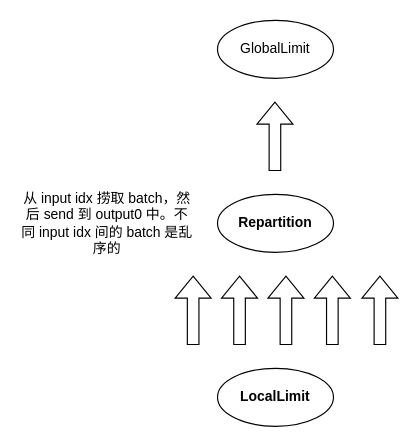
The draw.io diagram coalse.drawio in Rachelint/drawio-store, before the edit. Source tidied: cells renumbered, new cells numbered last; positions are measured from the earlier drawing's top-left corner, leaving out a move shared by most shapes. Both pictures are drawn from the tidied source at 116%, with x=0, y=0 at pixel (20, 20).
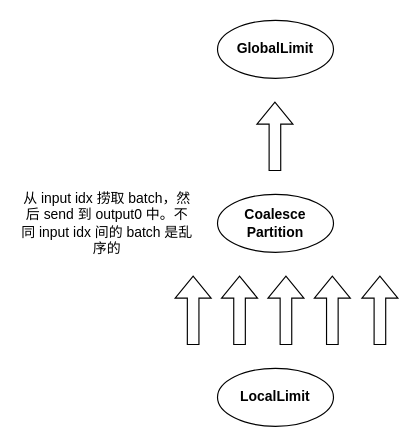
The same diagram, later.

Change to the diagram source:
```diff
@@
 <mxGraphModel>
   <root>
     <mxCell id="0" />
     <mxCell id="1" parent="0" />
-    <mxCell id="2" value="&lt;b&gt;Repartition&lt;/b&gt;" style="ellipse;whiteSpace=wrap;html=1;" parent="1" vertex="1">
+    <mxCell id="2" value="&lt;b&gt;Coalesce&lt;br&gt;Partition&lt;/b&gt;" style="ellipse;whiteSpace=wrap;html=1;" parent="1" vertex="1">
       <mxGeometry x="170" y="150" width="100" height="50" as="geometry" />
     </mxCell>
     <mxCell id="3" value="&lt;b&gt;LocalLimit&lt;/b&gt;" style="ellipse;whiteSpace=wrap;html=1;" parent="1" vertex="1">
       <mxGeometry x="170" y="300" width="100" height="50" as="geometry" />
     </mxCell>
-    <mxCell id="4" value="GlobalLimit" style="ellipse;whiteSpace=wrap;html=1;" parent="1" vertex="1">
+    <mxCell id="4" value="&lt;b&gt;GlobalLimit&lt;/b&gt;" style="ellipse;whiteSpace=wrap;html=1;" parent="1" vertex="1">
       <mxGeometry x="170" width="100" height="50" as="geometry" />
     </mxCell>
     <mxCell id="5" style="shape=flexArrow;endArrow=classic;html=1;rounded=0;" parent="1" edge="1">
       <mxGeometry relative="1" as="geometry">
         <mxPoint x="149" y="280" as="sourcePoint" />
         <mxPoint x="149" y="220" as="targetPoint" />
       </mxGeometry>
     </mxCell>
     <mxCell id="6" style="shape=flexArrow;endArrow=classic;html=1;rounded=0;" parent="1" edge="1">
       <mxGeometry relative="1" as="geometry">
         <mxPoint x="189" y="280" as="sourcePoint" />
         <mxPoint x="189" y="220" as="targetPoint" />
       </mxGeometry>
     </mxCell>
     <mxCell id="7" style="shape=flexArrow;endArrow=classic;html=1;rounded=0;" parent="1" edge="1">
       <mxGeometry relative="1" as="geometry">
         <mxPoint x="229" y="280" as="sourcePoint" />
         <mxPoint x="229" y="220" as="targetPoint" />
       </mxGeometry>
     </mxCell>
     <mxCell id="8" style="shape=flexArrow;endArrow=classic;html=1;rounded=0;" parent="1" edge="1">
       <mxGeometry relative="1" as="geometry">
         <mxPoint x="269" y="280" as="sourcePoint" />
         <mxPoint x="269" y="220" as="targetPoint" />
       </mxGeometry>
     </mxCell>
     <mxCell id="9" style="shape=flexArrow;endArrow=classic;html=1;rounded=0;" parent="1" edge="1">
       <mxGeometry relative="1" as="geometry">
         <mxPoint x="310" y="280" as="sourcePoint" />
         <mxPoint x="310" y="220" as="targetPoint" />
       </mxGeometry>
     </mxCell>
     <mxCell id="10" style="shape=flexArrow;endArrow=classic;html=1;rounded=0;" parent="1" edge="1">
       <mxGeometry relative="1" as="geometry">
         <mxPoint x="219.5" y="130" as="sourcePoint" />
         <mxPoint x="219.5" y="70" as="targetPoint" />
       </mxGeometry>
     </mxCell>
     <mxCell id="11" value="&lt;div&gt;从 input idx 捞取 batch，然后 send 到 output0 中。不同 input idx 间的 batch 是乱序的&lt;br&gt;&lt;/div&gt;" style="text;html=1;strokeColor=none;fillColor=none;align=center;verticalAlign=middle;whiteSpace=wrap;rounded=0;" parent="1" vertex="1">
       <mxGeometry y="160" width="150" height="30" as="geometry" />
     </mxCell>
   </root>
 </mxGraphModel>
```
